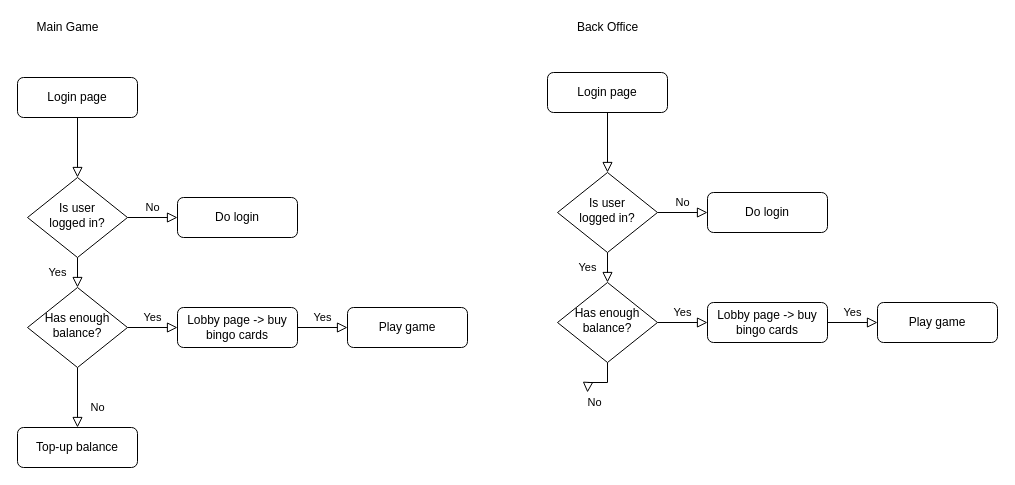
Before: documentation/workflow_diagram.drawio in mihailgaberov/bingo, a draw.io diagram. Source tidied: cells renumbered, new cells numbered last; positions are measured from the earlier drawing's top-left corner, leaving out a move shared by most shapes. Both pictures are drawn from the tidied source at 100%, with x=0, y=0 at pixel (17, 17).
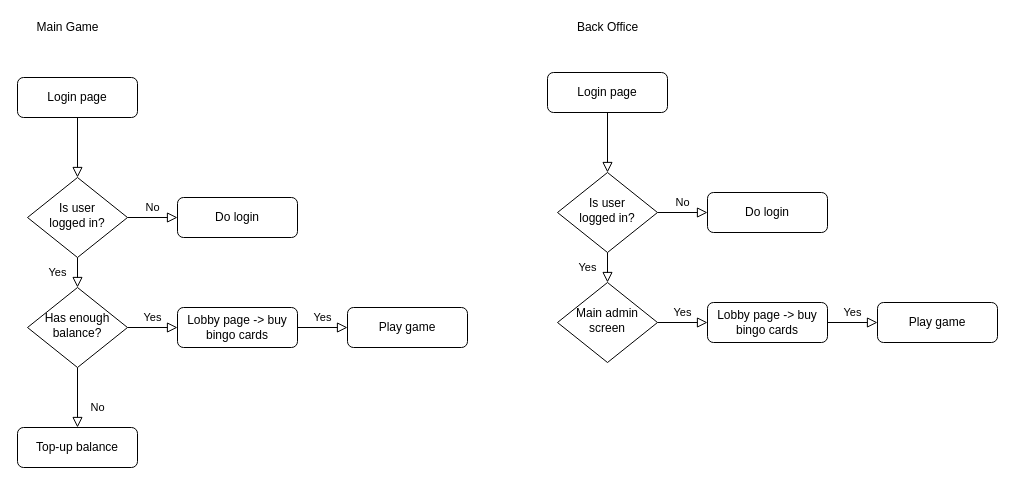
The same page after the edit.

What changed in the source:
```diff
@@
-    <mxCell id="23" value="No" style="rounded=0;html=1;jettySize=auto;fontSize=11;endArrow=block;endFill=0;endSize=8;strokeWidth=1;shadow=0;labelBackgroundColor=none;edgeStyle=orthogonalEdgeStyle;" parent="1" edge="1" source="25">
-      <mxGeometry x="0.33" y="20" relative="1" as="geometry">
-        <mxPoint x="570" y="375" as="targetPoint" />
-      </mxGeometry>
-    </mxCell>
@@
-    <mxCell id="25" value="Has enough balance?" style="rhombus;whiteSpace=wrap;html=1;shadow=0;fontFamily=Helvetica;fontSize=12;align=center;strokeWidth=1;spacing=6;spacingTop=-4;" parent="1" vertex="1">
+    <mxCell id="25" value="Main admin&lt;br&gt;screen" style="rhombus;whiteSpace=wrap;html=1;shadow=0;fontFamily=Helvetica;fontSize=12;align=center;strokeWidth=1;spacing=6;spacingTop=-4;" parent="1" vertex="1">
       <mxGeometry x="540" y="265" width="100" height="80" as="geometry" />
     </mxCell>
```
